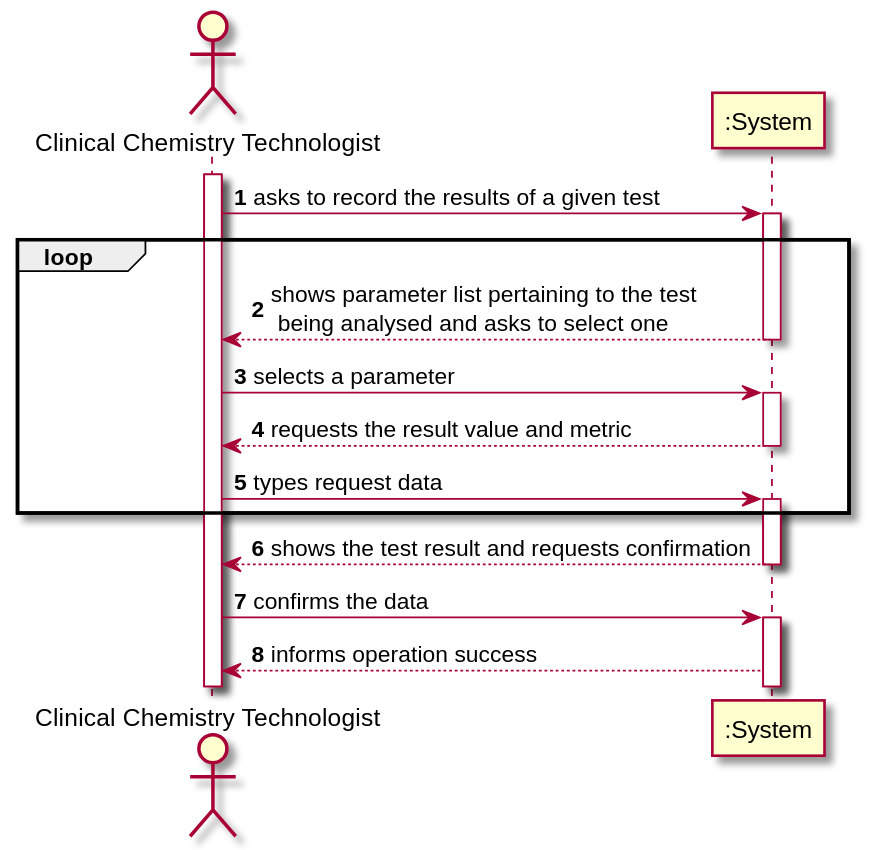
The PlantUML diagram docs/SprintC/US12_ResultsOfTest/US012_SSD.svg in Pedromaia26/LAPR2-ISEP, before a commit. The source it was exported from:
```plantuml
@startuml

autonumber

actor "Clinical Chemistry Technologist" as CCT
participant ":System" as S
activate CCT

CCT -> S: asks to record the results of a given test
activate S
loop
S --> CCT: shows parameter list pertaining to the test\n being analysed and asks to select one
deactivate S

CCT -> S: selects a parameter
activate S
S --> CCT: requests the result value and metric
deactivate S

CCT -> S: types request data
activate S
end

S --> CCT: shows the test result and requests confirmation
deactivate S

CCT -> S: confirms the data
activate S
S --> CCT: informs operation success



@enduml
```
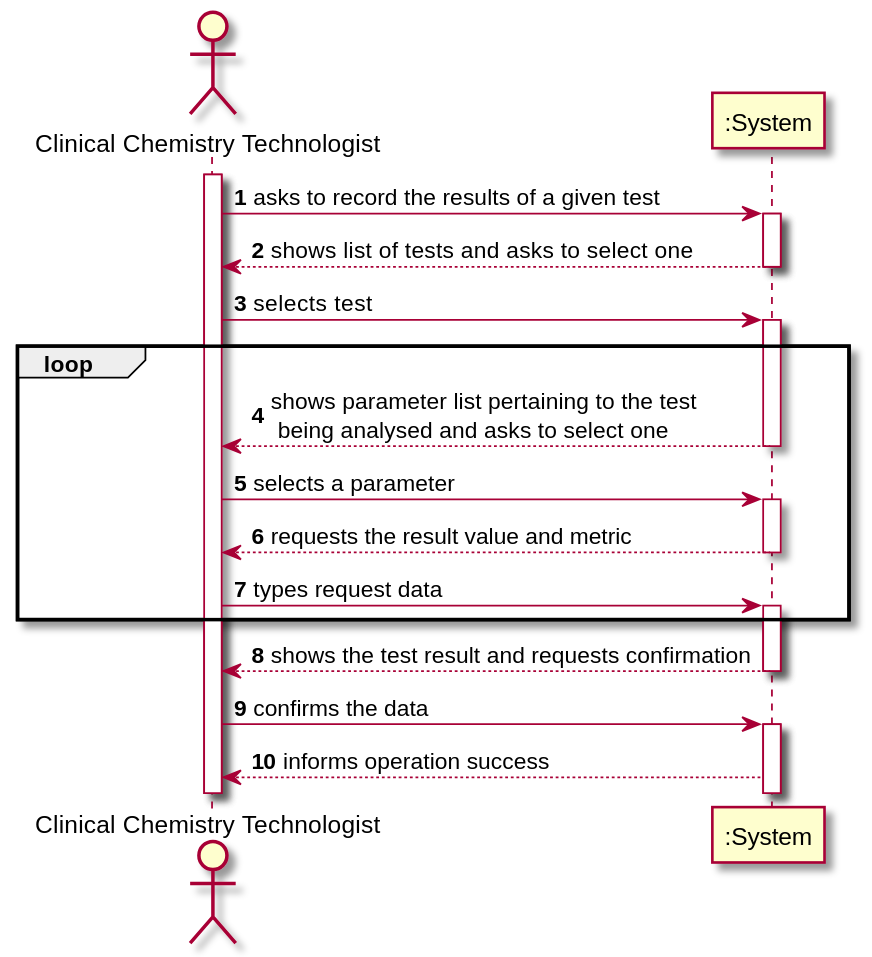
Above is the later version.

Commit message:
US012 SSD update and SD some details

Change to the diagram source:
```diff
@@ -7,6 +7,10 @@
 activate CCT
 
 CCT -> S: asks to record the results of a given test
+activate S
+S --> CCT: shows list of tests and asks to select one
+deactivate S
+CCT -> S: selects test
 activate S
 loop
 S --> CCT: shows parameter list pertaining to the test\n being analysed and asks to select one
```
